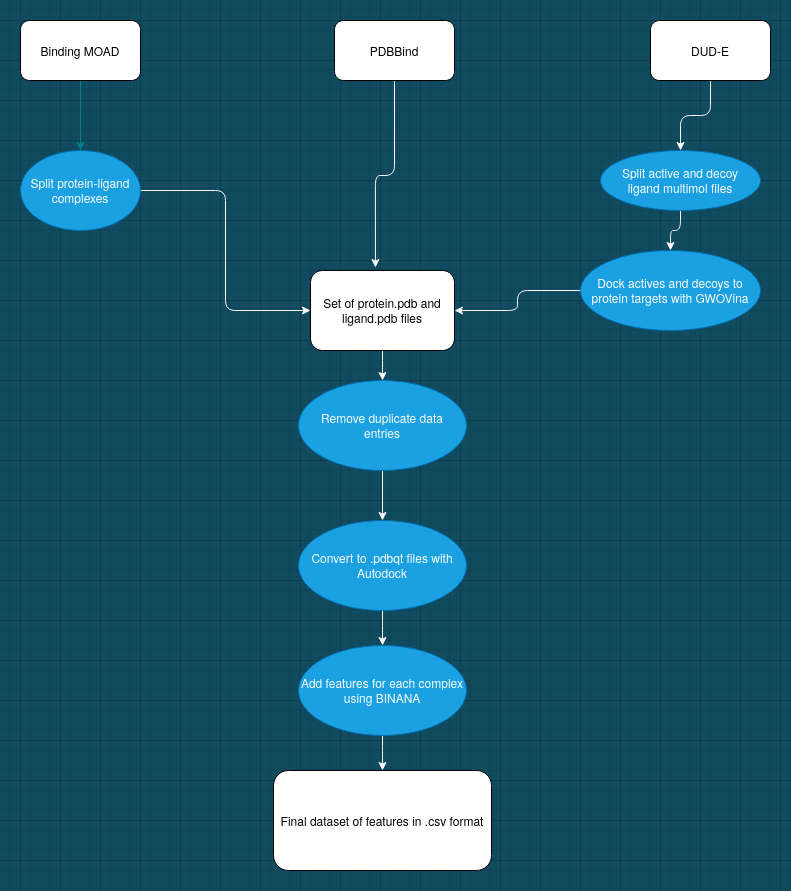
miles-mcgibbon/XGBScore keeps this draw.io diagram as Images/data_cleaning.png. Above is the earlier version. Source tidied: cells renumbered, new cells last; positions are measured from the earlier drawing's top-left corner, leaving out a move shared by most shapes. Source of this version:
```xml
<mxGraphModel background="#114B5F">
  <root>
    <mxCell id="0" />
    <mxCell id="1" parent="0" />
    <mxCell id="2" style="edgeStyle=orthogonalEdgeStyle;curved=0;rounded=1;sketch=0;jettySize=auto;html=1;strokeColor=#028090;fillColor=#F45B69;fontColor=#E4FDE1;" parent="1" edge="1" source="3" target="9">
      <mxGeometry relative="1" as="geometry" />
    </mxCell>
    <mxCell id="3" value="Binding MOAD" style="rounded=1;whiteSpace=wrap;html=1;sketch=0;" parent="1" vertex="1">
      <mxGeometry width="120" height="60" as="geometry" />
    </mxCell>
    <mxCell id="4" style="edgeStyle=orthogonalEdgeStyle;curved=0;rounded=1;sketch=0;jettySize=auto;html=1;entryX=0.451;entryY=-0.037;entryDx=0;entryDy=0;entryPerimeter=0;strokeColor=#F7F7F7;fillColor=#F45B69;fontColor=#E4FDE1;" parent="1" edge="1" source="5" target="12">
      <mxGeometry relative="1" as="geometry" />
    </mxCell>
    <mxCell id="5" value="PDBBind" style="rounded=1;whiteSpace=wrap;html=1;sketch=0;" parent="1" vertex="1">
      <mxGeometry x="314" width="120" height="60" as="geometry" />
    </mxCell>
    <mxCell id="6" style="edgeStyle=orthogonalEdgeStyle;curved=0;rounded=1;sketch=0;jettySize=auto;html=1;entryX=0.5;entryY=0;entryDx=0;entryDy=0;strokeColor=#F7F7F7;fillColor=#F45B69;fontColor=#E4FDE1;" parent="1" edge="1" source="7" target="14">
      <mxGeometry relative="1" as="geometry" />
    </mxCell>
    <mxCell id="7" value="DUD-E" style="rounded=1;whiteSpace=wrap;html=1;sketch=0;" parent="1" vertex="1">
      <mxGeometry x="630" width="120" height="60" as="geometry" />
    </mxCell>
    <mxCell id="8" style="edgeStyle=orthogonalEdgeStyle;curved=0;rounded=1;sketch=0;jettySize=auto;html=1;entryX=0;entryY=0.5;entryDx=0;entryDy=0;fontColor=#E4FDE1;strokeColor=#F7F7F7;" parent="1" edge="1" source="9" target="12">
      <mxGeometry relative="1" as="geometry" />
    </mxCell>
    <mxCell id="9" value="Split protein-ligand complexes" style="ellipse;whiteSpace=wrap;html=1;rounded=1;sketch=0;fillColor=#1ba1e2;strokeColor=#006EAF;fontColor=#ffffff;" parent="1" vertex="1">
      <mxGeometry y="130" width="120" height="80" as="geometry" />
    </mxCell>
    <mxCell id="10" style="edgeStyle=orthogonalEdgeStyle;curved=0;rounded=1;sketch=0;jettySize=auto;html=1;strokeColor=#F7F7F7;fillColor=#F45B69;fontColor=#E4FDE1;entryX=0.5;entryY=0;entryDx=0;entryDy=0;" parent="1" edge="1" target="18">
      <mxGeometry relative="1" as="geometry">
        <mxPoint x="362" y="450" as="sourcePoint" />
      </mxGeometry>
    </mxCell>
    <mxCell id="11" style="edgeStyle=orthogonalEdgeStyle;curved=0;rounded=1;sketch=0;jettySize=auto;html=1;strokeColor=#F7F7F7;fillColor=#F45B69;fontColor=#E4FDE1;" parent="1" edge="1" source="12" target="22">
      <mxGeometry relative="1" as="geometry" />
    </mxCell>
    <mxCell id="12" value="Set of protein.pdb and ligand.pdb files" style="rounded=1;whiteSpace=wrap;html=1;sketch=0;" parent="1" vertex="1">
      <mxGeometry x="290" y="250" width="144" height="80" as="geometry" />
    </mxCell>
    <mxCell id="13" style="edgeStyle=orthogonalEdgeStyle;curved=0;rounded=1;sketch=0;jettySize=auto;html=1;strokeColor=#F7F7F7;fillColor=#F45B69;fontColor=#E4FDE1;" parent="1" edge="1" source="14" target="16">
      <mxGeometry relative="1" as="geometry" />
    </mxCell>
    <mxCell id="14" value="&lt;div&gt;Split active and decoy &lt;br&gt;&lt;/div&gt;&lt;div&gt;ligand multimol files&lt;/div&gt;" style="ellipse;whiteSpace=wrap;html=1;rounded=1;sketch=0;fillColor=#1ba1e2;strokeColor=#006EAF;fontColor=#ffffff;" parent="1" vertex="1">
      <mxGeometry x="580" y="130" width="160" height="60" as="geometry" />
    </mxCell>
    <mxCell id="15" style="edgeStyle=orthogonalEdgeStyle;curved=0;rounded=1;sketch=0;jettySize=auto;html=1;strokeColor=#F7F7F7;fillColor=#F45B69;fontColor=#E4FDE1;entryX=1;entryY=0.5;entryDx=0;entryDy=0;" parent="1" edge="1" source="16" target="12">
      <mxGeometry relative="1" as="geometry" />
    </mxCell>
    <mxCell id="16" value="Dock actives and decoys to protein targets with GWOVina" style="ellipse;whiteSpace=wrap;html=1;rounded=1;sketch=0;fillColor=#1ba1e2;strokeColor=#006EAF;fontColor=#ffffff;" parent="1" vertex="1">
      <mxGeometry x="560" y="230" width="180" height="80" as="geometry" />
    </mxCell>
    <mxCell id="17" style="edgeStyle=orthogonalEdgeStyle;curved=0;rounded=1;sketch=0;jettySize=auto;html=1;strokeColor=#F7F7F7;fillColor=#F45B69;fontColor=#E4FDE1;" parent="1" edge="1" source="18" target="20">
      <mxGeometry relative="1" as="geometry" />
    </mxCell>
    <mxCell id="18" value="Convert to .pdbqt files with Autodock" style="ellipse;whiteSpace=wrap;html=1;rounded=0;sketch=0;strokeColor=#006EAF;fillColor=#1ba1e2;fontColor=#ffffff;" parent="1" vertex="1">
      <mxGeometry x="278" y="500" width="168" height="90" as="geometry" />
    </mxCell>
    <mxCell id="19" style="edgeStyle=orthogonalEdgeStyle;curved=0;rounded=1;sketch=0;jettySize=auto;html=1;strokeColor=#F7F7F7;fillColor=#F45B69;fontColor=#E4FDE1;" parent="1" edge="1" source="20" target="21">
      <mxGeometry relative="1" as="geometry" />
    </mxCell>
    <mxCell id="20" value="Add features for each complex using BINANA" style="ellipse;whiteSpace=wrap;html=1;rounded=0;sketch=0;strokeColor=#006EAF;fillColor=#1ba1e2;fontColor=#ffffff;" parent="1" vertex="1">
      <mxGeometry x="278" y="625" width="168" height="90" as="geometry" />
    </mxCell>
    <mxCell id="21" value="Final dataset of features in .csv format" style="rounded=1;whiteSpace=wrap;html=1;sketch=0;" parent="1" vertex="1">
      <mxGeometry x="253" y="750" width="218" height="100" as="geometry" />
    </mxCell>
    <mxCell id="22" value="&lt;div&gt;Remove duplicate data &lt;br&gt;&lt;/div&gt;&lt;div&gt;entries&lt;/div&gt;" style="ellipse;whiteSpace=wrap;html=1;rounded=0;sketch=0;strokeColor=#006EAF;fillColor=#1ba1e2;fontColor=#ffffff;" parent="1" vertex="1">
      <mxGeometry x="278" y="360" width="168" height="90" as="geometry" />
    </mxCell>
  </root>
</mxGraphModel>
```
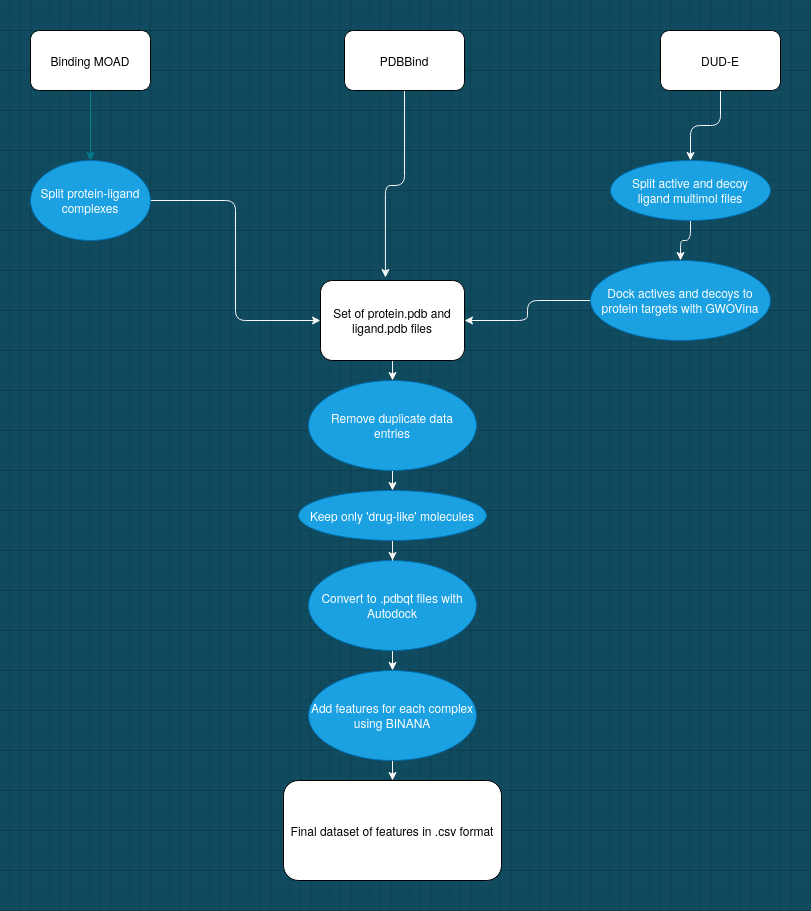
After the change.

What changed in the source:
```diff
@@ -26,9 +26,9 @@
     <mxCell id="9" value="Split protein-ligand complexes" style="ellipse;whiteSpace=wrap;html=1;rounded=1;sketch=0;fillColor=#1ba1e2;strokeColor=#006EAF;fontColor=#ffffff;" parent="1" vertex="1">
       <mxGeometry y="130" width="120" height="80" as="geometry" />
     </mxCell>
-    <mxCell id="10" style="edgeStyle=orthogonalEdgeStyle;curved=0;rounded=1;sketch=0;jettySize=auto;html=1;strokeColor=#F7F7F7;fillColor=#F45B69;fontColor=#E4FDE1;entryX=0.5;entryY=0;entryDx=0;entryDy=0;" parent="1" edge="1" target="18">
+    <mxCell id="10" style="edgeStyle=orthogonalEdgeStyle;curved=0;rounded=1;sketch=0;jettySize=auto;html=1;strokeColor=#F7F7F7;fillColor=#F45B69;fontColor=#E4FDE1;exitX=0.5;exitY=1;exitDx=0;exitDy=0;" parent="1" edge="1" source="22">
       <mxGeometry relative="1" as="geometry">
-        <mxPoint x="362" y="450" as="sourcePoint" />
+        <mxPoint x="362" y="460" as="targetPoint" />
       </mxGeometry>
     </mxCell>
     <mxCell id="11" style="edgeStyle=orthogonalEdgeStyle;curved=0;rounded=1;sketch=0;jettySize=auto;html=1;strokeColor=#F7F7F7;fillColor=#F45B69;fontColor=#E4FDE1;" parent="1" edge="1" source="12" target="22">
@@ -53,19 +53,25 @@
       <mxGeometry relative="1" as="geometry" />
     </mxCell>
     <mxCell id="18" value="Convert to .pdbqt files with Autodock" style="ellipse;whiteSpace=wrap;html=1;rounded=0;sketch=0;strokeColor=#006EAF;fillColor=#1ba1e2;fontColor=#ffffff;" parent="1" vertex="1">
-      <mxGeometry x="278" y="500" width="168" height="90" as="geometry" />
+      <mxGeometry x="278" y="530" width="168" height="90" as="geometry" />
     </mxCell>
     <mxCell id="19" style="edgeStyle=orthogonalEdgeStyle;curved=0;rounded=1;sketch=0;jettySize=auto;html=1;strokeColor=#F7F7F7;fillColor=#F45B69;fontColor=#E4FDE1;" parent="1" edge="1" source="20" target="21">
       <mxGeometry relative="1" as="geometry" />
     </mxCell>
     <mxCell id="20" value="Add features for each complex using BINANA" style="ellipse;whiteSpace=wrap;html=1;rounded=0;sketch=0;strokeColor=#006EAF;fillColor=#1ba1e2;fontColor=#ffffff;" parent="1" vertex="1">
-      <mxGeometry x="278" y="625" width="168" height="90" as="geometry" />
+      <mxGeometry x="278" y="640" width="168" height="90" as="geometry" />
     </mxCell>
     <mxCell id="21" value="Final dataset of features in .csv format" style="rounded=1;whiteSpace=wrap;html=1;sketch=0;" parent="1" vertex="1">
       <mxGeometry x="253" y="750" width="218" height="100" as="geometry" />
     </mxCell>
     <mxCell id="22" value="&lt;div&gt;Remove duplicate data &lt;br&gt;&lt;/div&gt;&lt;div&gt;entries&lt;/div&gt;" style="ellipse;whiteSpace=wrap;html=1;rounded=0;sketch=0;strokeColor=#006EAF;fillColor=#1ba1e2;fontColor=#ffffff;" parent="1" vertex="1">
-      <mxGeometry x="278" y="360" width="168" height="90" as="geometry" />
+      <mxGeometry x="278" y="350" width="168" height="90" as="geometry" />
     </mxCell>
+    <mxCell id="23" style="edgeStyle=orthogonalEdgeStyle;rounded=0;jettySize=auto;html=1;strokeColor=#F2F2F2;" parent="1" edge="1" source="24" target="18">
+      <mxGeometry relative="1" as="geometry" />
+    </mxCell>
+    <mxCell id="24" value="Keep only 'drug-like' molecules" style="ellipse;whiteSpace=wrap;html=1;rounded=0;sketch=0;strokeColor=#006EAF;fillColor=#1ba1e2;fontColor=#ffffff;" parent="1" vertex="1">
+      <mxGeometry x="268" y="460" width="188" height="50" as="geometry" />
+    </mxCell>
   </root>
 </mxGraphModel>
```
